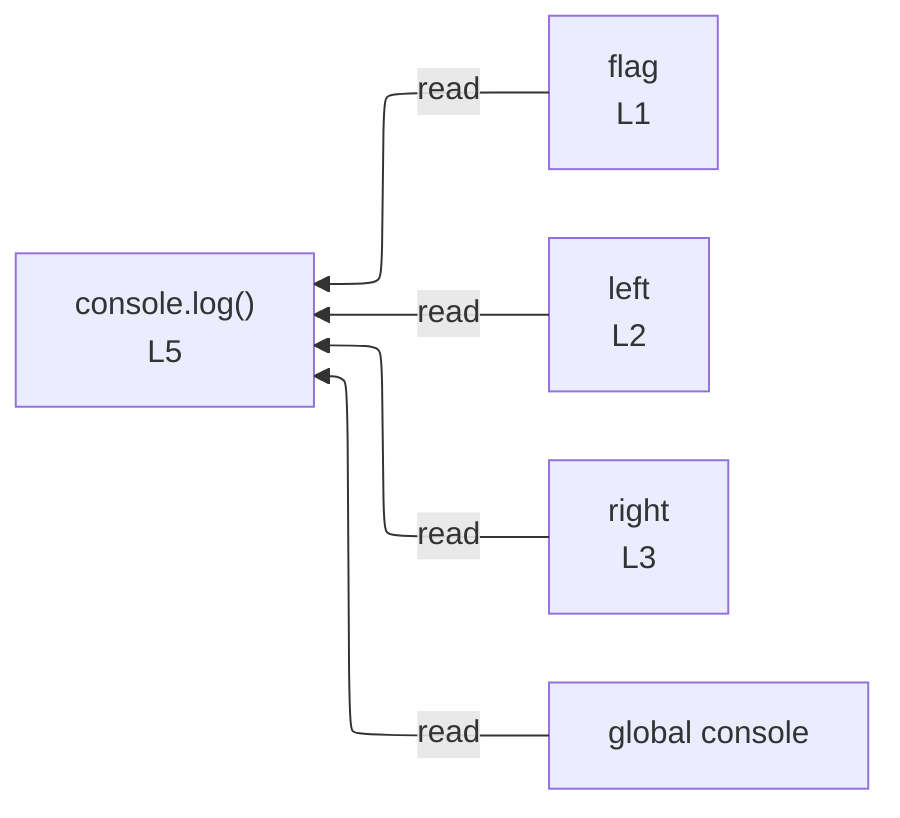
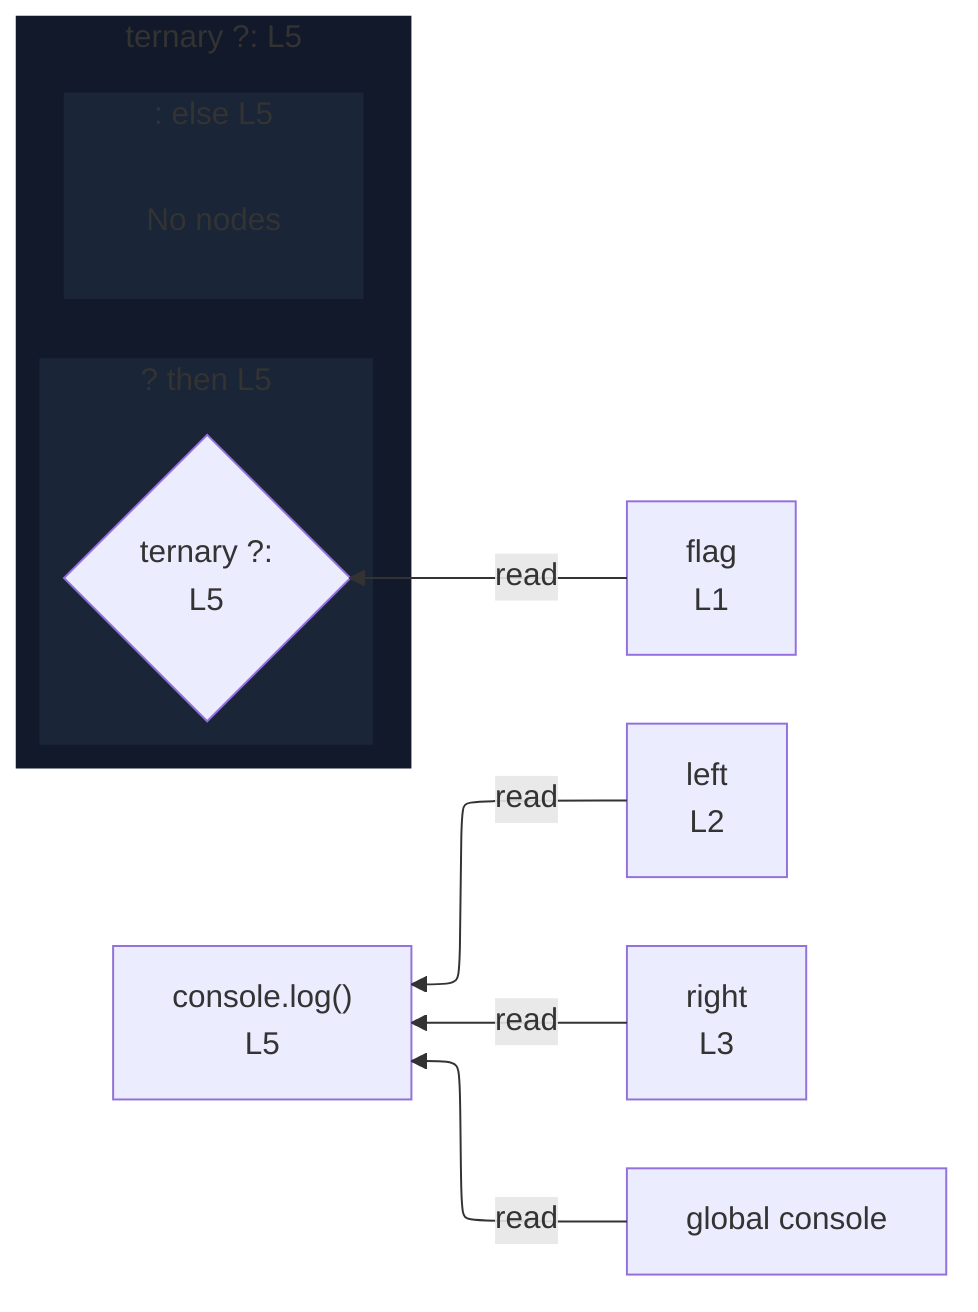
%%{init: {"flowchart": {"defaultRenderer": "elk"}}}%%
flowchart RL
  n_scope_0_flag_6["flag<br/>L1"]
  n_scope_0_left_25["left<br/>L2"]
  n_scope_0_right_44["right<br/>L3"]
  n_scope_0_console_60["global console"]
+   subgraph cont_ternary_scope_0_72["ternary ?: L5"]
+     direction RL
+     subgraph s_scope_1["? then L5"]
+       direction RL
+       ternary_test_scope_0_72{"ternary ?:<br/>L5"}
+     end
+     subgraph s_scope_2[": else L5"]
+       direction RL
+       elk_empty_s_scope_2["No nodes"]
+     end
+   end
  n_scope_0_console_60 -->|read| expr_stmt_60
-   n_scope_0_flag_6 -->|read| expr_stmt_60
+   n_scope_0_flag_6 -->|read| ternary_test_scope_0_72
  n_scope_0_left_25 -->|read| expr_stmt_60
  n_scope_0_right_44 -->|read| expr_stmt_60
  expr_stmt_60["console.log()<br/>L5"]
+   classDef nestL1 fill:#11192a,stroke:transparent;
+   class cont_ternary_scope_0_72 nestL1;
+   classDef nestL2 fill:#1a2538,stroke:transparent;
+   class s_scope_1 nestL2;
+   class s_scope_2 nestL2;
+   classDef elkEmptyPlaceholder fill:transparent,stroke:transparent;
+   class elk_empty_s_scope_2 elkEmptyPlaceholder;
